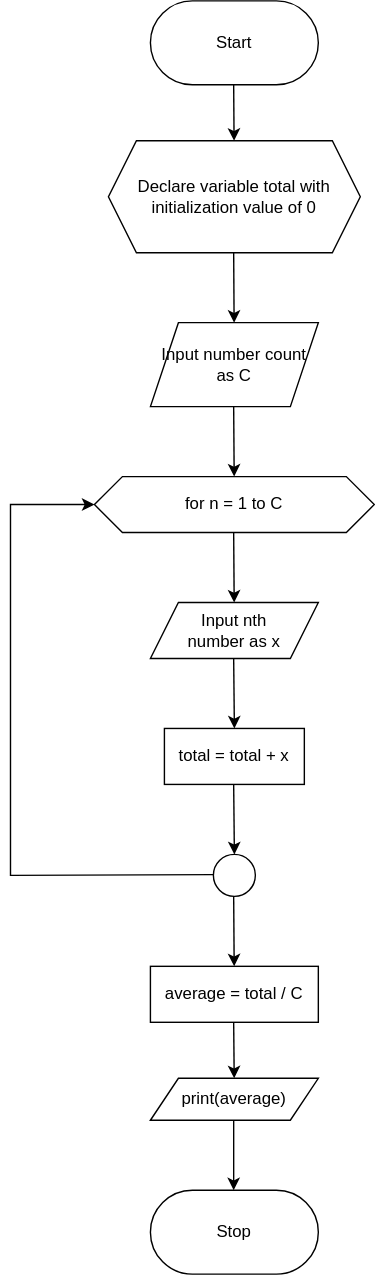
The draw.io diagram Flowchart3.drawio.svg in Mednoob/Mednoob, before a commit. Source tidied: cells renumbered, new cells last; positions are measured from the earlier drawing's top-left corner, leaving out a move shared by most shapes.
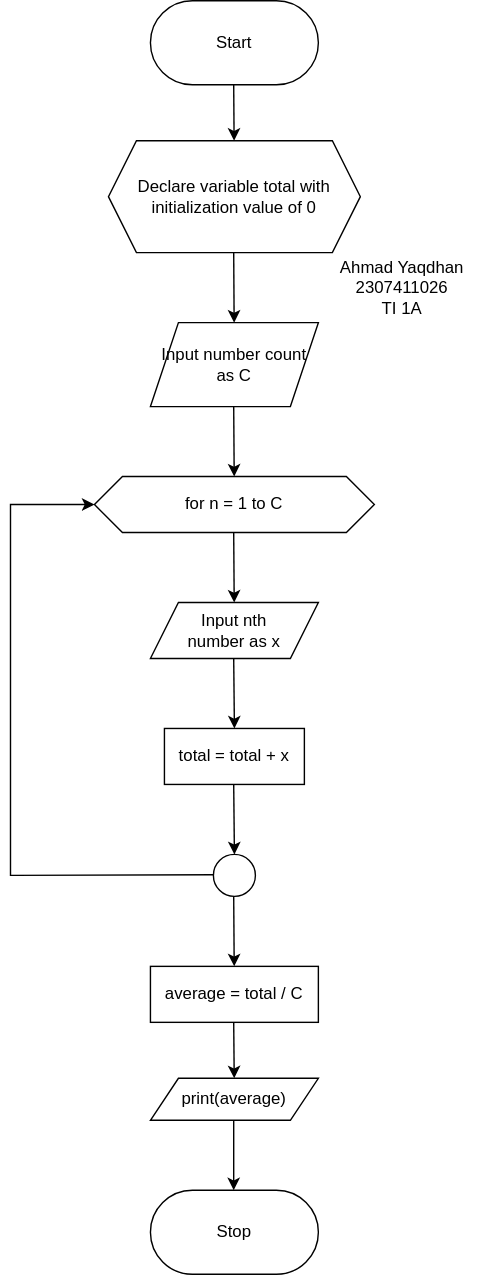
The same diagram one commit later.

The edit, as a diff of the source:
```diff
@@ -89,5 +89,8 @@
     <mxCell id="21" value="Stop" style="rounded=1;whiteSpace=wrap;html=1;arcSize=50;" parent="1" vertex="1">
       <mxGeometry x="100" y="850" width="120" height="60" as="geometry" />
     </mxCell>
+    <mxCell id="22" value="Ahmad Yaqdhan&lt;br&gt;2307411026&lt;br&gt;TI 1A" style="text;html=1;strokeColor=none;fillColor=none;align=center;verticalAlign=middle;whiteSpace=wrap;rounded=0;" parent="1" vertex="1">
+      <mxGeometry x="220" y="190" width="120" height="30" as="geometry" />
+    </mxCell>
   </root>
 </mxGraphModel>
```
